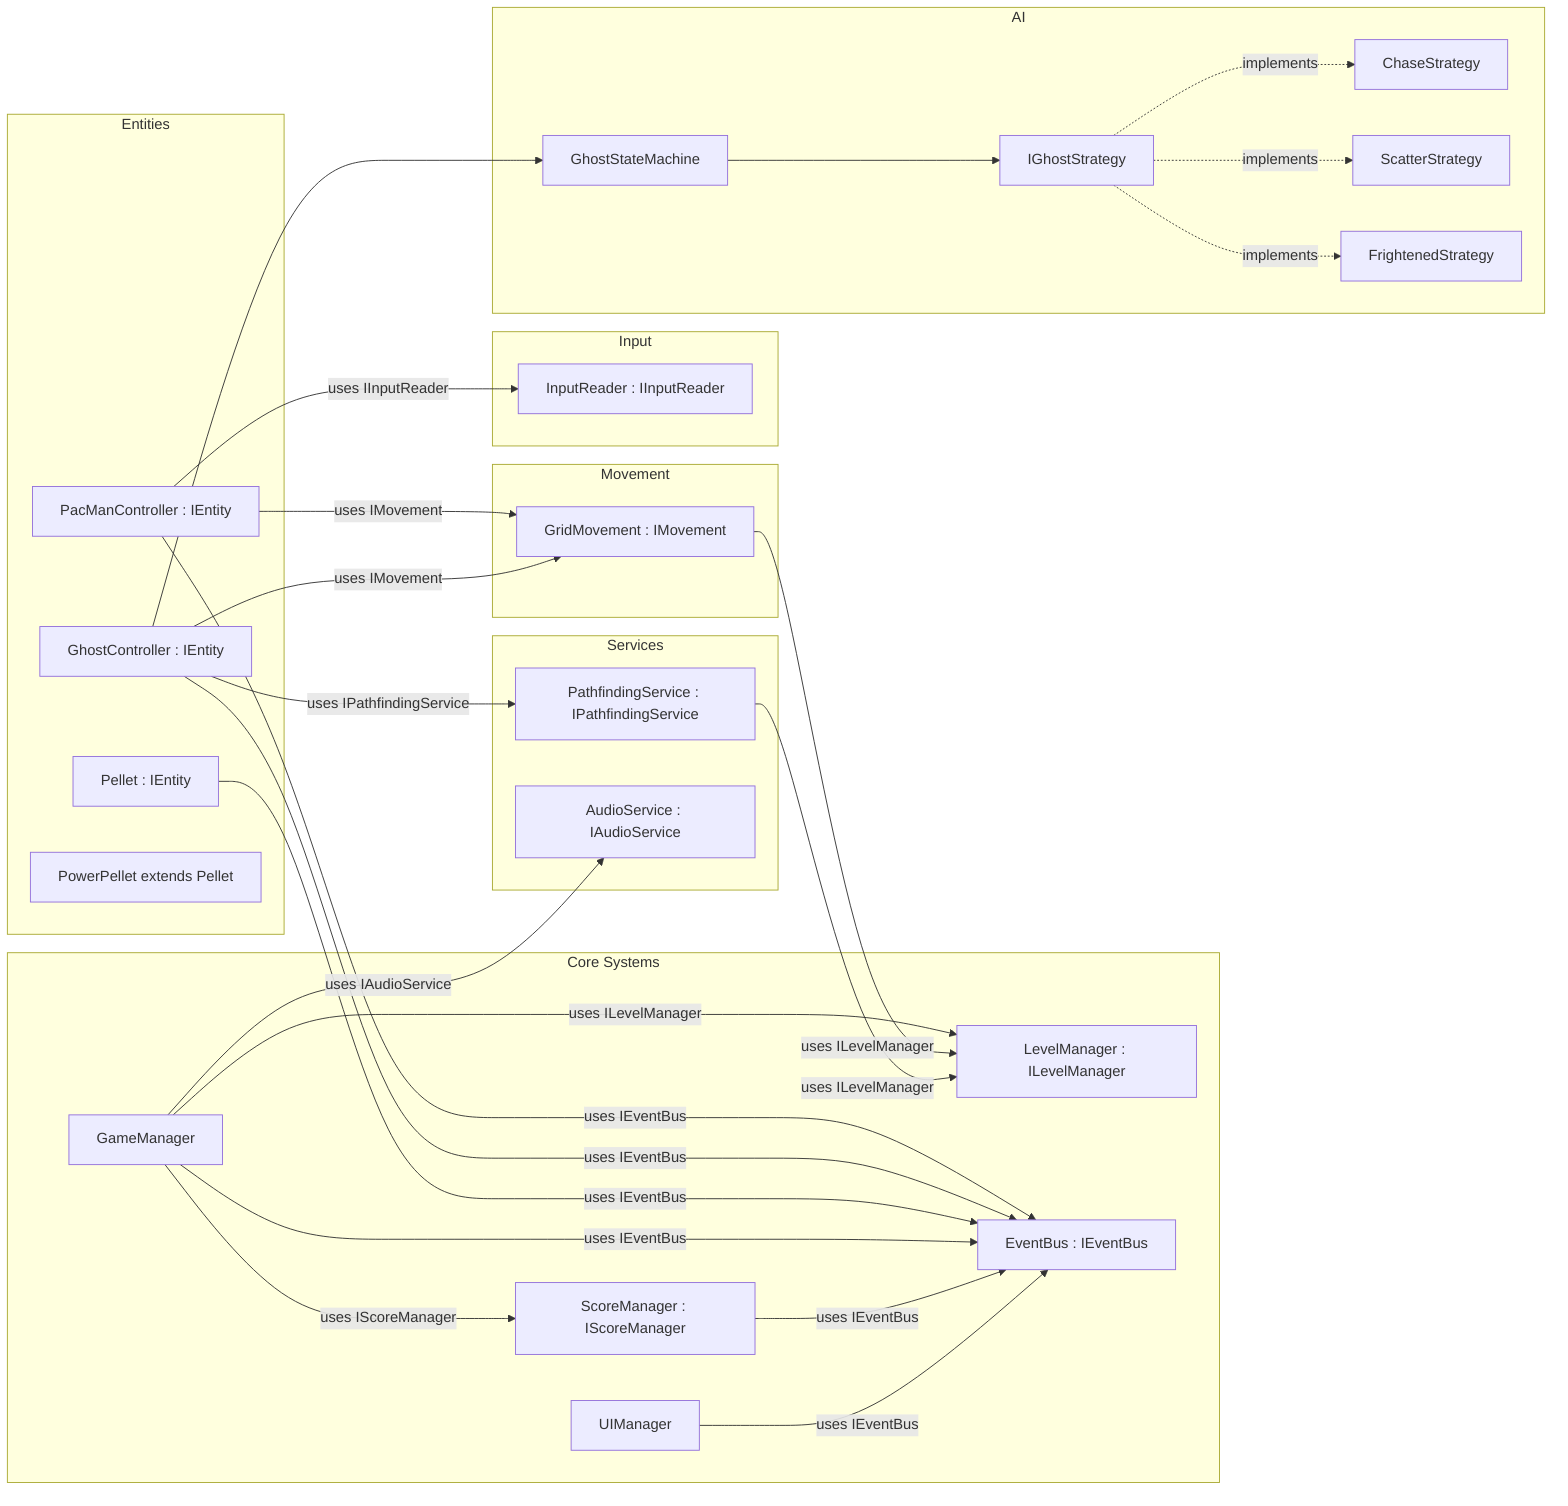
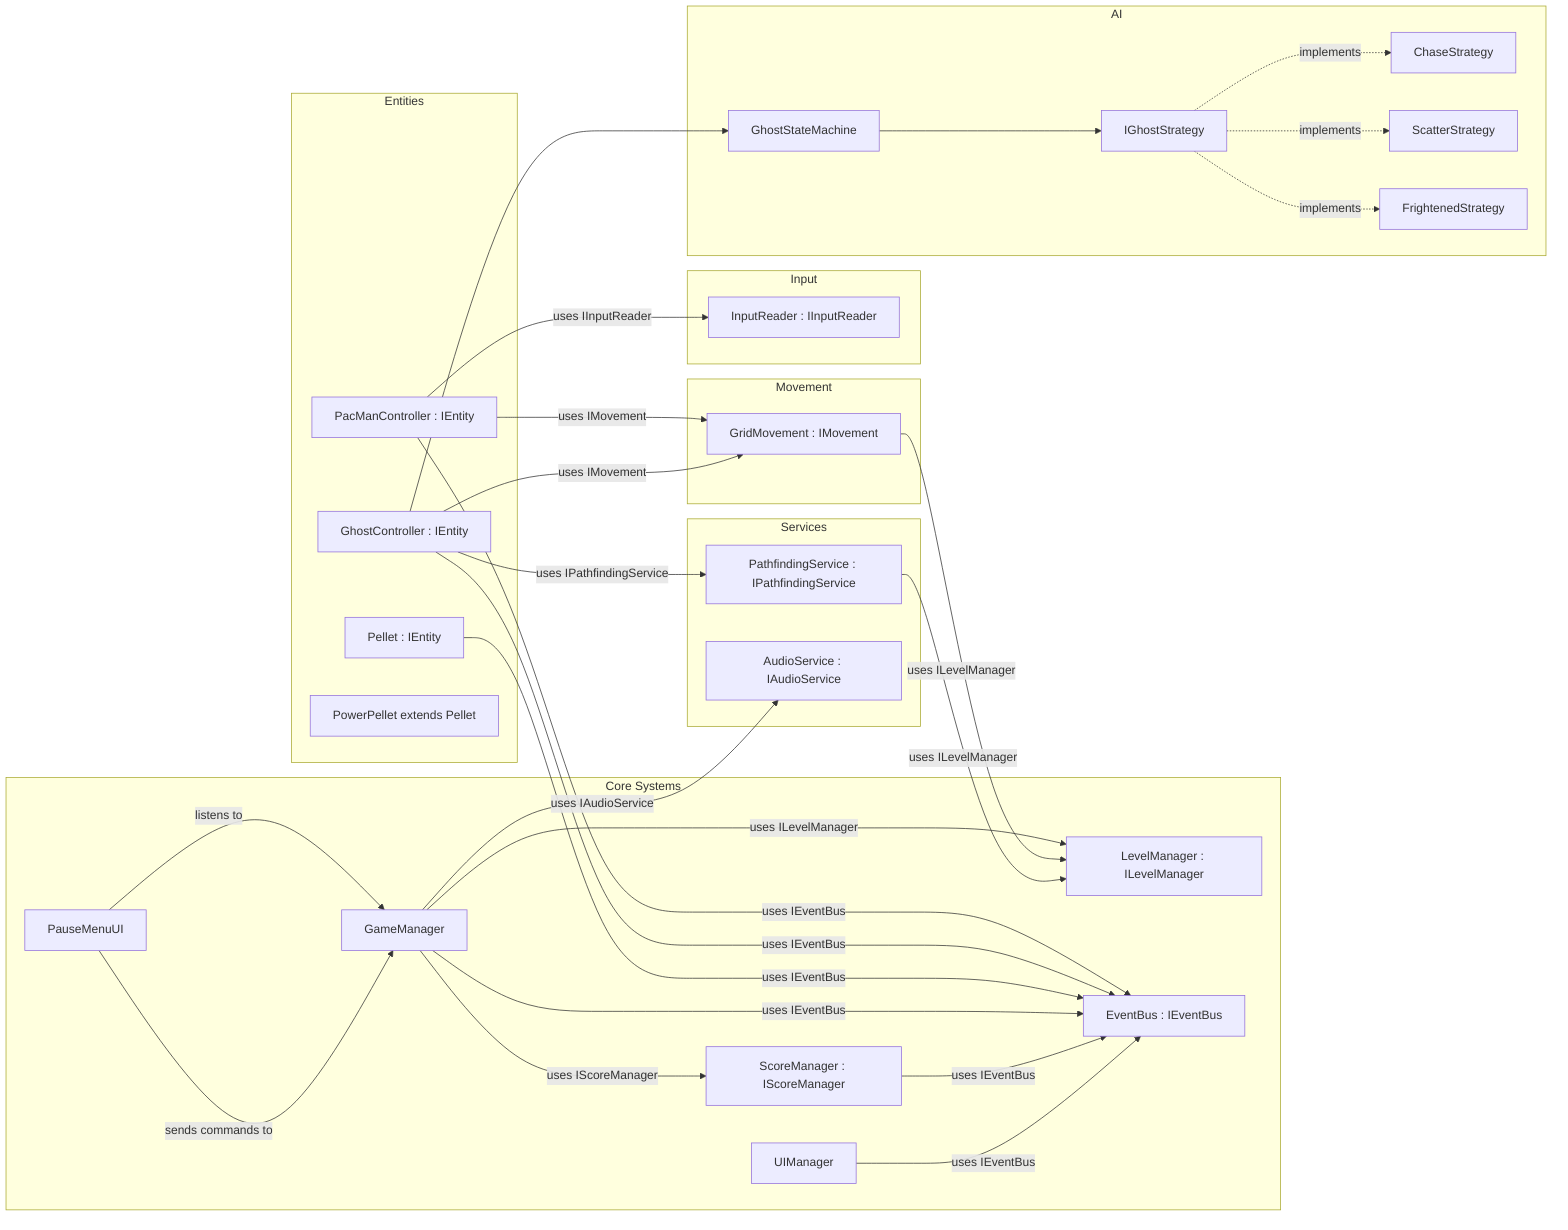
graph LR

subgraph Core Systems
    GM[GameManager]
    SM[ScoreManager : IScoreManager]
    LM[LevelManager : ILevelManager]
    EM[EventBus : IEventBus]
    UI[UIManager]
+     PM[PauseMenuUI]
end

subgraph Input
    IR[InputReader : IInputReader]
end

subgraph Entities
    Pac[PacManController : IEntity]
    Ghost[GhostController : IEntity]
    Pellet[Pellet : IEntity]
    PowerPellet[PowerPellet extends Pellet]
end

subgraph Movement
    GridMov[GridMovement : IMovement]
end

subgraph AI
    GS[GhostStateMachine]
    Strat[IGhostStrategy]
    CHS[ChaseStrategy]
    SCS[ScatterStrategy]
    FRS[FrightenedStrategy]
end

subgraph Services
    PF[PathfindingService : IPathfindingService]
    AUD[AudioService : IAudioService]
end

%% Entity to EventBus (via interface)
Pac -- uses IEventBus --> EM
Ghost -- uses IEventBus --> EM
Pellet -- uses IEventBus --> EM

%% Managers use interfaces
GM -- uses IEventBus --> EM
GM -- uses ILevelManager --> LM
GM -- uses IScoreManager --> SM
GM -- uses IAudioService --> AUD
SM -- uses IEventBus --> EM
UI -- uses IEventBus --> EM
+ PM -- listens to --> GM
+ PM -- sends commands to --> GM

%% Entity dependencies
Pac -- uses IInputReader --> IR
Pac -- uses IMovement --> GridMov
Ghost -- uses IMovement --> GridMov
Ghost --> GS

%% Movement dependencies
GridMov -- uses ILevelManager --> LM

%% AI
GS --> Strat
Strat -.implements.-> CHS
Strat -.implements.-> SCS
Strat -.implements.-> FRS

%% Service dependencies
Ghost -- uses IPathfindingService --> PF
PF -- uses ILevelManager --> LM
